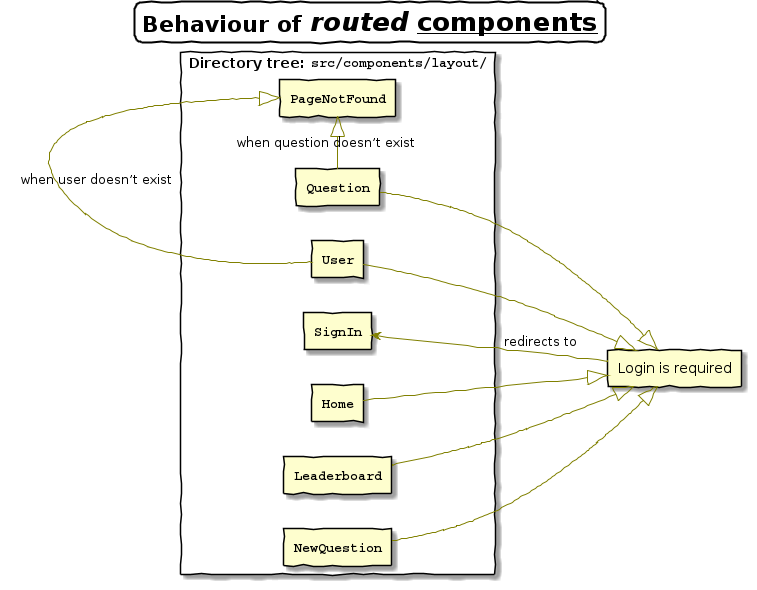
Before: docs/images/routes_to_components_behaviour.png, a diagram exported from PlantUML (notetiene/reactnd-would-you-rather). The source it was exported from:
```plantuml
@startuml
skinparam {
    titleBorderRoundCorner 15

    titleBorderThickness 2
    titleBorderColor black
    handwritten true
    shadowing true
    defaultMonospacedFontName Courier
    ArrowColor Olive
}

title =Behaviour of <i>routed</i> <u>components</u>
left to right direction

rectangle "Directory tree: <font:Courier>src/components/layout/" as Struct {
    rectangle Home [
    ""**Home**""
    ]
    rectangle Leaderboard [
    ""**Leaderboard**""
    ]
    rectangle NewQuestion [
    ""**NewQuestion**""
    ]
    rectangle Question [
    ""**Question**""
    ]
    rectangle User [
    ""**User**""
    ]
    rectangle SignIn [
    ""**SignIn**""
    ]
    rectangle PageNotFound [
    ""**PageNotFound**""
    ]

    Question -|> PageNotFound : when question doesn’t exist
    User -|> PageNotFound : when user doesn’t exist
}

rectangle "Login is required" as LoginRequired
Home --|> LoginRequired
Leaderboard --|> LoginRequired
NewQuestion --|> LoginRequired
Question --|> LoginRequired
User --|> LoginRequired

LoginRequired --> SignIn : redirects to
@enduml
```
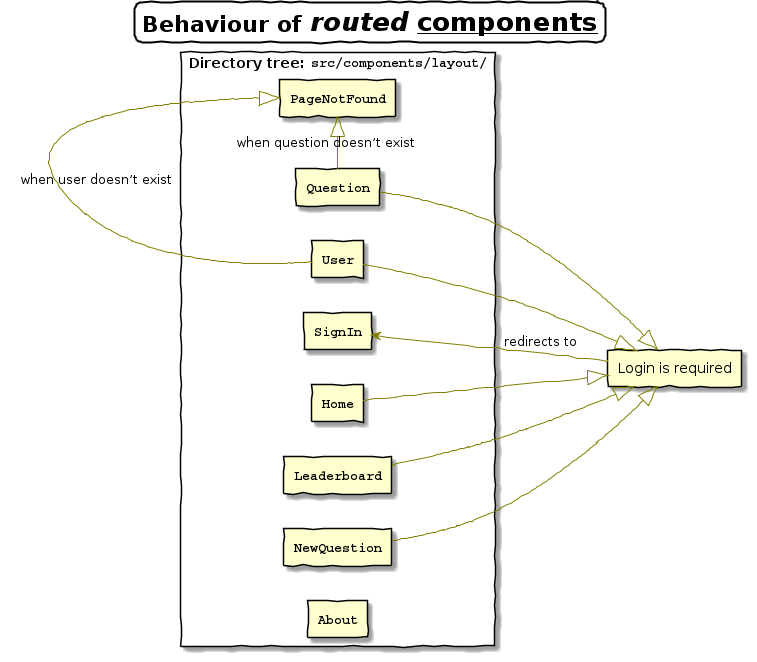
After the change.

Commit message:
Add the About page component in docs

What changed in the source:
```diff
@@ -35,6 +35,9 @@
     rectangle PageNotFound [
     ""**PageNotFound**""
     ]
+    rectangle About [
+    ""**About**""
+    ]
 
     Question -|> PageNotFound : when question doesn’t exist
     User -|> PageNotFound : when user doesn’t exist
```
